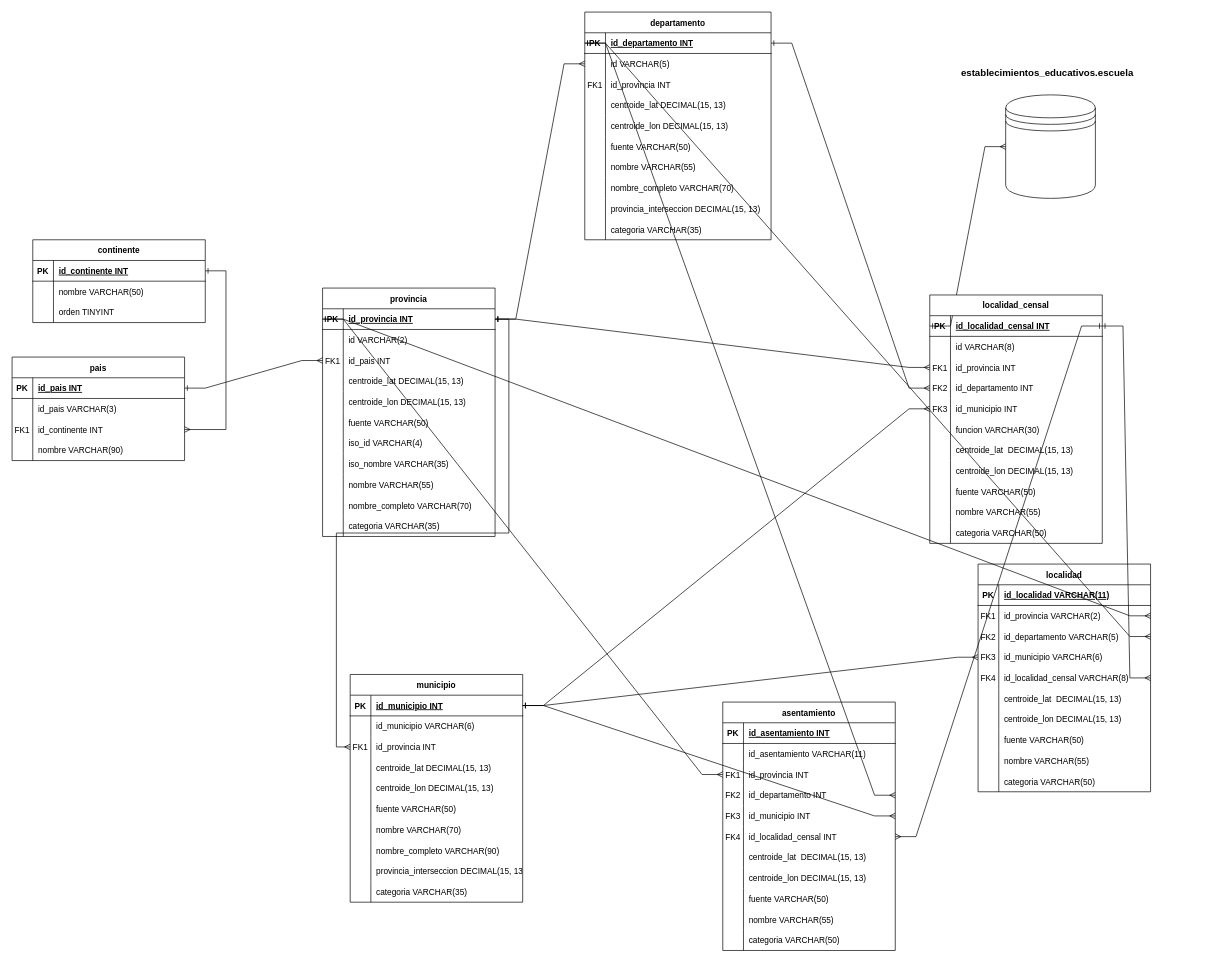
Above: georef.drawio in Alexmdq80/SistemaGestionEscolar (draw.io), before the change. Source tidied: cells renumbered, new cells numbered last; positions are measured from the earlier drawing's top-left corner, leaving out a move shared by most shapes. Both pictures are drawn from the tidied source at 69%, with x=0, y=0 at pixel (12, 12).
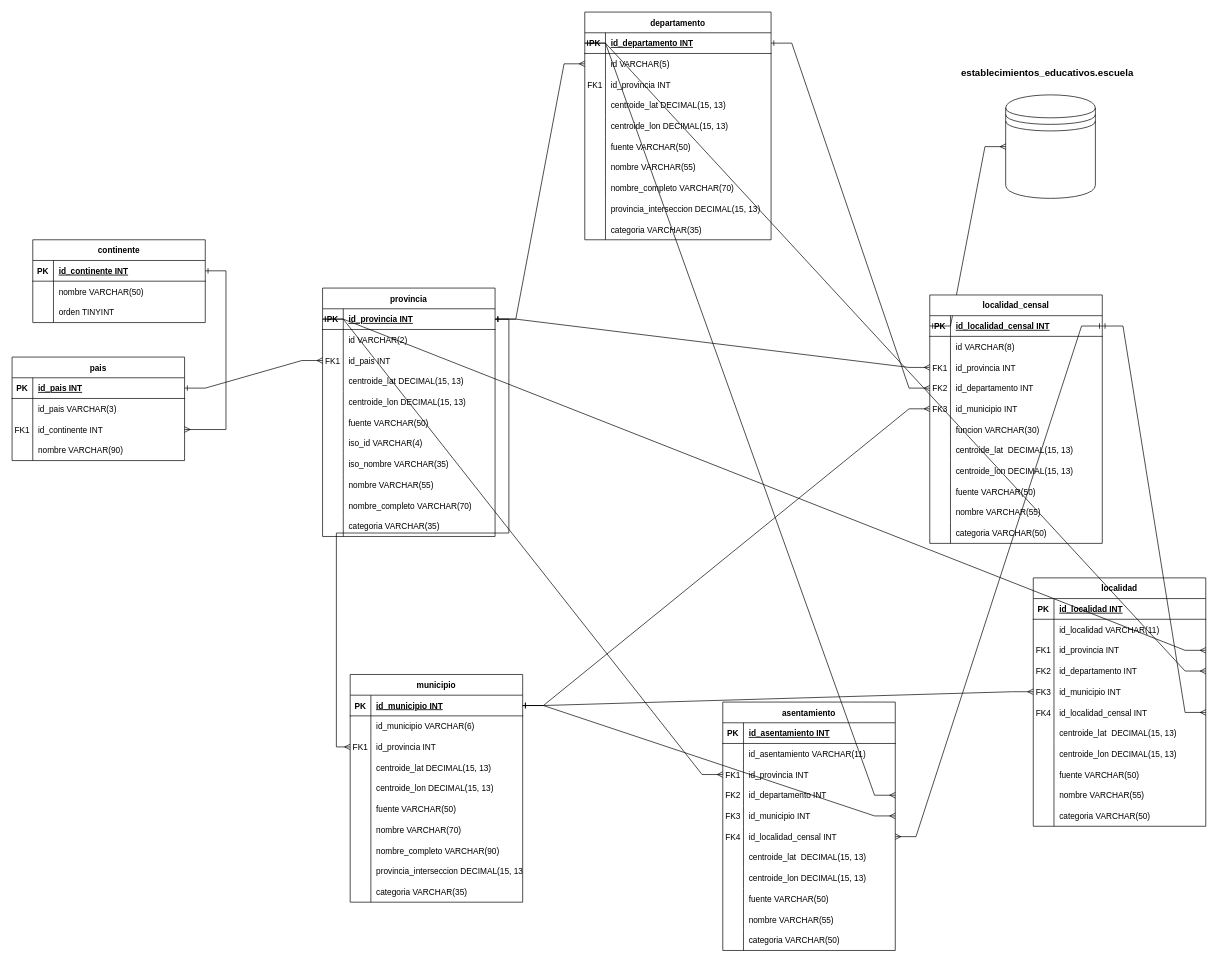
Above is the later version.

The change refers to these unchanged cells:
```xml
<mxCell id="69" style="shape=partialRectangle;fillColor=none;top=0;left=0;right=0;bottom=1;" parent="68" vertex="1">
  <mxGeometry y="30" width="250" height="30" as="geometry" />
</mxCell>
```

The edit, as a diff of the source:
```diff
@@
     <mxCell id="68" value="localidad" style="shape=table;startSize=30;childLayout=tableLayout;rowLines=0;fontStyle=1;align=center;" parent="1" vertex="1">
-      <mxGeometry x="1400" y="800" width="250" height="330" as="geometry" />
+      <mxGeometry x="1480" y="820" width="250" height="360" as="geometry" />
     </mxCell>
@@
-    <mxCell id="71" value="id_localidad VARCHAR(11)" style="shape=partialRectangle;overflow=hidden;fillColor=none;top=0;left=0;bottom=0;right=0;align=left;spacingLeft=6;fontStyle=5;" parent="69" vertex="1">
+    <mxCell id="71" value="id_localidad INT" style="shape=partialRectangle;overflow=hidden;fillColor=none;top=0;left=0;bottom=0;right=0;align=left;spacingLeft=6;fontStyle=5;" parent="69" vertex="1">
       <mxGeometry x="30" width="220" height="30" as="geometry" />
     </mxCell>
+    <mxCell id="238" style="shape=partialRectangle;fillColor=none;top=0;left=0;right=0;bottom=0;" parent="68" vertex="1">
+      <mxGeometry y="60" width="250" height="30" as="geometry" />
+    </mxCell>
+    <mxCell id="239" style="shape=partialRectangle;overflow=hidden;fillColor=none;top=0;left=0;bottom=0;right=0;" parent="238" vertex="1">
+      <mxGeometry width="30" height="30" as="geometry" />
+    </mxCell>
+    <mxCell id="240" value="id_localidad VARCHAR(11)" style="shape=partialRectangle;overflow=hidden;fillColor=none;top=0;left=0;bottom=0;right=0;align=left;spacingLeft=6;" parent="238" vertex="1">
+      <mxGeometry x="30" width="220" height="30" as="geometry" />
+    </mxCell>
     <mxCell id="72" style="shape=partialRectangle;fillColor=none;points=[[0,0.5],[1,0.5]];portConstraint=eastwest;top=0;left=0;right=0;bottom=0;" parent="68" vertex="1">
-      <mxGeometry y="60" width="250" height="30" as="geometry" />
+      <mxGeometry y="90" width="250" height="30" as="geometry" />
     </mxCell>
@@
-    <mxCell id="74" value="id_provincia VARCHAR(2)" style="shape=partialRectangle;overflow=hidden;fillColor=none;top=0;left=0;bottom=0;right=0;align=left;spacingLeft=6;" parent="72" vertex="1">
+    <mxCell id="74" value="id_provincia INT" style="shape=partialRectangle;overflow=hidden;fillColor=none;top=0;left=0;bottom=0;right=0;align=left;spacingLeft=6;" parent="72" vertex="1">
       <mxGeometry x="30" width="220" height="30" as="geometry" />
     </mxCell>
     <mxCell id="75" style="shape=partialRectangle;fillColor=none;points=[[0,0.5],[1,0.5]];portConstraint=eastwest;top=0;left=0;right=0;bottom=0;" parent="68" vertex="1">
-      <mxGeometry y="90" width="250" height="30" as="geometry" />
+      <mxGeometry y="120" width="250" height="30" as="geometry" />
     </mxCell>
@@
-    <mxCell id="77" value="id_departamento VARCHAR(5)" style="shape=partialRectangle;overflow=hidden;fillColor=none;top=0;left=0;bottom=0;right=0;align=left;spacingLeft=6;" parent="75" vertex="1">
+    <mxCell id="77" value="id_departamento INT" style="shape=partialRectangle;overflow=hidden;fillColor=none;top=0;left=0;bottom=0;right=0;align=left;spacingLeft=6;" parent="75" vertex="1">
       <mxGeometry x="30" width="220" height="30" as="geometry" />
     </mxCell>
     <mxCell id="78" style="shape=partialRectangle;fillColor=none;points=[[0,0.5],[1,0.5]];portConstraint=eastwest;top=0;left=0;right=0;bottom=0;" parent="68" vertex="1">
-      <mxGeometry y="120" width="250" height="30" as="geometry" />
+      <mxGeometry y="150" width="250" height="30" as="geometry" />
     </mxCell>
@@
-    <mxCell id="80" value="id_municipio VARCHAR(6)" style="shape=partialRectangle;overflow=hidden;fillColor=none;top=0;left=0;bottom=0;right=0;align=left;spacingLeft=6;" parent="78" vertex="1">
+    <mxCell id="80" value="id_municipio INT" style="shape=partialRectangle;overflow=hidden;fillColor=none;top=0;left=0;bottom=0;right=0;align=left;spacingLeft=6;" parent="78" vertex="1">
       <mxGeometry x="30" width="220" height="30" as="geometry" />
     </mxCell>
     <mxCell id="81" style="shape=partialRectangle;fillColor=none;points=[[0,0.5],[1,0.5]];portConstraint=eastwest;top=0;left=0;right=0;bottom=0;" parent="68" vertex="1">
-      <mxGeometry y="150" width="250" height="30" as="geometry" />
+      <mxGeometry y="180" width="250" height="30" as="geometry" />
     </mxCell>
@@
-    <mxCell id="83" value="id_localidad_censal VARCHAR(8)" style="shape=partialRectangle;overflow=hidden;fillColor=none;top=0;left=0;bottom=0;right=0;align=left;spacingLeft=6;" parent="81" vertex="1">
+    <mxCell id="83" value="id_localidad_censal INT" style="shape=partialRectangle;overflow=hidden;fillColor=none;top=0;left=0;bottom=0;right=0;align=left;spacingLeft=6;" parent="81" vertex="1">
       <mxGeometry x="30" width="220" height="30" as="geometry" />
     </mxCell>
     <mxCell id="84" style="shape=partialRectangle;fillColor=none;top=0;left=0;right=0;bottom=0;" parent="68" vertex="1">
-      <mxGeometry y="180" width="250" height="30" as="geometry" />
+      <mxGeometry y="210" width="250" height="30" as="geometry" />
     </mxCell>
@@
     <mxCell id="87" style="shape=partialRectangle;fillColor=none;top=0;left=0;right=0;bottom=0;" parent="68" vertex="1">
-      <mxGeometry y="210" width="250" height="30" as="geometry" />
+      <mxGeometry y="240" width="250" height="30" as="geometry" />
     </mxCell>
@@
     <mxCell id="90" style="shape=partialRectangle;fillColor=none;top=0;left=0;right=0;bottom=0;" parent="68" vertex="1">
-      <mxGeometry y="240" width="250" height="30" as="geometry" />
+      <mxGeometry y="270" width="250" height="30" as="geometry" />
     </mxCell>
@@
     <mxCell id="93" style="shape=partialRectangle;fillColor=none;top=0;left=0;right=0;bottom=0;" parent="68" vertex="1">
-      <mxGeometry y="270" width="250" height="30" as="geometry" />
+      <mxGeometry y="300" width="250" height="30" as="geometry" />
     </mxCell>
@@
     <mxCell id="96" style="shape=partialRectangle;fillColor=none;top=0;left=0;right=0;bottom=0;" parent="68" vertex="1">
-      <mxGeometry y="300" width="250" height="30" as="geometry" />
+      <mxGeometry y="330" width="250" height="30" as="geometry" />
     </mxCell>
```
